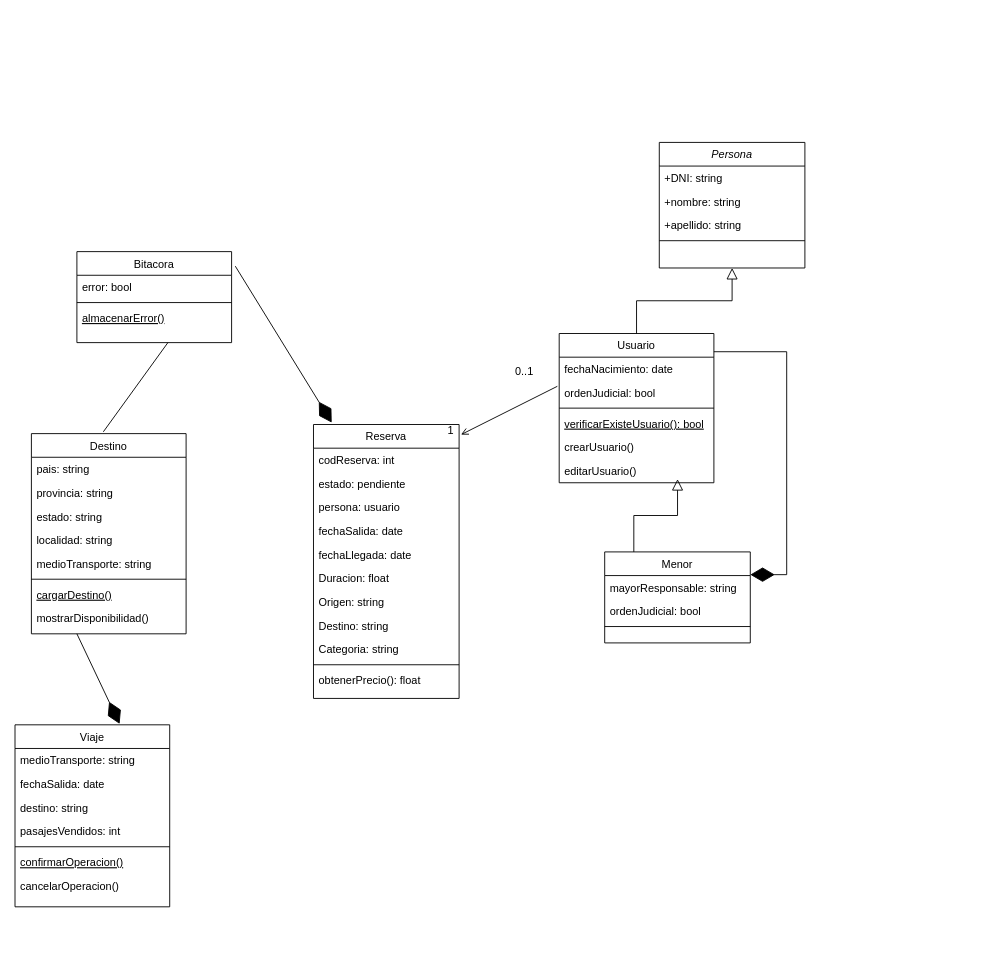
Earlier version of the draw.io diagram diagrama clases examen AyDSII.drawio (phoenix1179/BD). Source tidied: cells renumbered, new cells numbered last; positions are measured from the earlier drawing's top-left corner, leaving out a move shared by most shapes. Both pictures are drawn from the tidied source at 91%, with x=0, y=0 at pixel (15, 142).
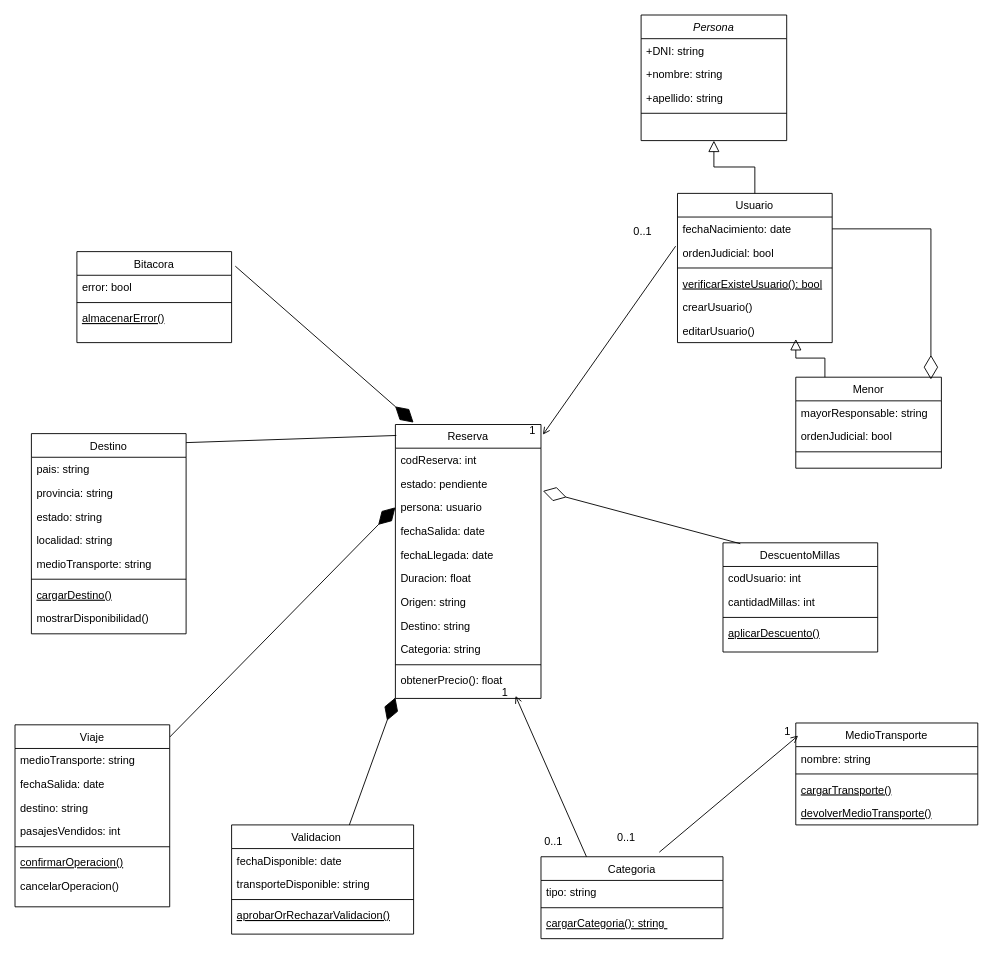
The same page after the edit.

Unchanged cells that the change refers to:
```xml
<mxCell id="8" value="fechaNacimiento: date" style="text;align=left;verticalAlign=top;spacingLeft=4;spacingRight=4;overflow=hidden;points=[[0,0.5],[1,0.5]];portConstraint=eastwest;" parent="7" vertex="1">
  <mxGeometry y="26" width="170" height="26" as="geometry" />
</mxCell>
<mxCell id="21" value="estado: pendiente" style="text;align=left;verticalAlign=top;spacingLeft=4;spacingRight=4;overflow=hidden;points=[[0,0.5],[1,0.5]];portConstraint=eastwest;rounded=0;shadow=0;html=0;" parent="19" vertex="1">
  <mxGeometry y="52" width="160" height="26" as="geometry" />
</mxCell>
<mxCell id="22" value="persona: usuario" style="text;align=left;verticalAlign=top;spacingLeft=4;spacingRight=4;overflow=hidden;points=[[0,0.5],[1,0.5]];portConstraint=eastwest;rounded=0;shadow=0;html=0;" parent="19" vertex="1">
  <mxGeometry y="78" width="160" height="26" as="geometry" />
</mxCell>
<mxCell id="30" value="obtenerPrecio(): float" style="text;align=left;verticalAlign=top;spacingLeft=4;spacingRight=4;overflow=hidden;points=[[0,0.5],[1,0.5]];portConstraint=eastwest;" parent="19" vertex="1">
  <mxGeometry y="268" width="160" height="26" as="geometry" />
</mxCell>
<mxCell id="41" value="Destino" style="swimlane;fontStyle=0;align=center;verticalAlign=top;horizontal=1;startSize=26;rounded=0;shadow=0;strokeWidth=1;" parent="1" vertex="1">
  <mxGeometry x="18" y="320" width="170" height="220" as="geometry" />
</mxCell>
<mxCell id="52" value="Viaje" style="swimlane;fontStyle=0;align=center;verticalAlign=top;horizontal=1;startSize=26;rounded=0;shadow=0;strokeWidth=1;" parent="1" vertex="1">
  <mxGeometry y="640" width="170" height="200" as="geometry" />
</mxCell>
```

Diff of the diagram source:
```diff
@@
     <mxCell id="2" value="Persona" style="swimlane;fontStyle=2;align=center;verticalAlign=top;horizontal=1;startSize=26;rounded=0;shadow=0;strokeWidth=1;" parent="1" vertex="1">
-      <mxGeometry x="708" width="160" height="138" as="geometry" />
+      <mxGeometry x="688" y="-140" width="160" height="138" as="geometry" />
     </mxCell>
@@
     <mxCell id="7" value="Usuario" style="swimlane;fontStyle=0;align=center;verticalAlign=top;horizontal=1;startSize=26;rounded=0;shadow=0;strokeWidth=1;" parent="1" vertex="1">
-      <mxGeometry x="598" y="210" width="170" height="164" as="geometry" />
+      <mxGeometry x="728" y="56" width="170" height="164" as="geometry" />
     </mxCell>
@@
     <mxCell id="15" value="Menor" style="swimlane;fontStyle=0;align=center;verticalAlign=top;horizontal=1;startSize=26;rounded=0;shadow=0;strokeWidth=1;" parent="1" vertex="1">
-      <mxGeometry x="648" y="450" width="160" height="100" as="geometry" />
+      <mxGeometry x="858" y="258" width="160" height="100" as="geometry" />
     </mxCell>
@@
     <mxCell id="19" value="Reserva" style="swimlane;fontStyle=0;align=center;verticalAlign=top;horizontal=1;startSize=26;rounded=0;shadow=0;strokeWidth=1;" parent="1" vertex="1">
-      <mxGeometry x="328" y="310" width="160" height="301" as="geometry" />
+      <mxGeometry x="418" y="310" width="160" height="301" as="geometry" />
     </mxCell>
@@
-    <mxCell id="32" style="endArrow=diamondThin;endFill=1;endSize=24;html=1;rounded=0;entryX=1;entryY=0.25;entryDx=0;entryDy=0;edgeStyle=elbowEdgeStyle;exitX=1;exitY=0.122;exitDx=0;exitDy=0;exitPerimeter=0;" parent="1" edge="1" source="7" target="15">
-      <mxGeometry relative="1" as="geometry">
-        <Array as="points">
-          <mxPoint x="848" y="490" />
-        </Array>
-      </mxGeometry>
-    </mxCell>
@@
-    <mxCell id="50" style="endArrow=none;html=1;rounded=0;exitX=0.465;exitY=-0.009;exitDx=0;exitDy=0;exitPerimeter=0;" parent="1" edge="1" source="41">
-      <mxGeometry relative="1" as="geometry">
-        <mxPoint x="168" y="220" as="targetPoint" />
-      </mxGeometry>
+    <mxCell id="50" style="endArrow=none;html=1;rounded=0;exitX=1;exitY=0.045;exitDx=0;exitDy=0;exitPerimeter=0;entryX=0.006;entryY=0.04;entryDx=0;entryDy=0;entryPerimeter=0;" parent="1" edge="1" source="41" target="19">
+      <mxGeometry relative="1" as="geometry" />
     </mxCell>
-    <mxCell id="51" style="endArrow=diamondThin;endFill=1;endSize=24;html=1;rounded=0;entryX=0.676;entryY=-0.005;entryDx=0;entryDy=0;entryPerimeter=0;" parent="1" edge="1" target="52">
-      <mxGeometry relative="1" as="geometry">
-        <mxPoint x="68" y="540" as="sourcePoint" />
-      </mxGeometry>
+    <mxCell id="51" style="endArrow=diamondThin;endFill=1;endSize=24;html=1;rounded=0;entryX=0;entryY=0.5;entryDx=0;entryDy=0;" parent="1" edge="1" source="52" target="22">
+      <mxGeometry relative="1" as="geometry" />
     </mxCell>
@@
+    <mxCell id="60" style="endArrow=diamondThin;endFill=1;endSize=24;html=1;rounded=0;exitX=0.647;exitY=0;exitDx=0;exitDy=0;exitPerimeter=0;" parent="1" edge="1" source="66">
+      <mxGeometry relative="1" as="geometry">
+        <mxPoint x="418" y="610" as="targetPoint" />
+      </mxGeometry>
+    </mxCell>
+    <mxCell id="61" value="DescuentoMillas" style="swimlane;fontStyle=0;align=center;verticalAlign=top;horizontal=1;startSize=26;rounded=0;shadow=0;strokeWidth=1;" parent="1" vertex="1">
+      <mxGeometry x="778" y="440" width="170" height="120" as="geometry" />
+    </mxCell>
+    <mxCell id="62" value="codUsuario: int" style="text;align=left;verticalAlign=top;spacingLeft=4;spacingRight=4;overflow=hidden;" parent="61" vertex="1">
+      <mxGeometry y="26" width="170" height="26" as="geometry" />
+    </mxCell>
+    <mxCell id="63" value="cantidadMillas: int" style="text;align=left;verticalAlign=top;spacingLeft=4;spacingRight=4;overflow=hidden;rounded=0;shadow=0;html=0;" parent="61" vertex="1">
+      <mxGeometry y="52" width="170" height="26" as="geometry" />
+    </mxCell>
+    <mxCell id="64" style="line;html=1;strokeWidth=1;align=left;verticalAlign=middle;spacingTop=-1;spacingLeft=3;spacingRight=3;labelPosition=right;" parent="61" vertex="1">
+      <mxGeometry y="78" width="170" height="8" as="geometry" />
+    </mxCell>
+    <mxCell id="65" value="aplicarDescuento()" style="text;align=left;verticalAlign=top;spacingLeft=4;spacingRight=4;overflow=hidden;fontStyle=4;" parent="61" vertex="1">
+      <mxGeometry y="86" width="170" height="26" as="geometry" />
+    </mxCell>
+    <mxCell id="66" value="Validacion    " style="swimlane;fontStyle=0;align=center;verticalAlign=top;horizontal=1;startSize=26;rounded=0;shadow=0;strokeWidth=1;" parent="1" vertex="1">
+      <mxGeometry x="238" y="750" width="200" height="120" as="geometry" />
+    </mxCell>
+    <mxCell id="67" value="fechaDisponible: date" style="text;align=left;verticalAlign=top;spacingLeft=4;spacingRight=4;overflow=hidden;" parent="66" vertex="1">
+      <mxGeometry y="26" width="200" height="26" as="geometry" />
+    </mxCell>
+    <mxCell id="68" value="transporteDisponible: string" style="text;align=left;verticalAlign=top;spacingLeft=4;spacingRight=4;overflow=hidden;rounded=0;shadow=0;html=0;" parent="66" vertex="1">
+      <mxGeometry y="52" width="200" height="26" as="geometry" />
+    </mxCell>
+    <mxCell id="69" style="line;html=1;strokeWidth=1;align=left;verticalAlign=middle;spacingTop=-1;spacingLeft=3;spacingRight=3;labelPosition=right;" parent="66" vertex="1">
+      <mxGeometry y="78" width="200" height="8" as="geometry" />
+    </mxCell>
+    <mxCell id="70" value="aprobarOrRechazarValidacion()" style="text;align=left;verticalAlign=top;spacingLeft=4;spacingRight=4;overflow=hidden;fontStyle=4;" parent="66" vertex="1">
+      <mxGeometry y="86" width="200" height="26" as="geometry" />
+    </mxCell>
+    <mxCell id="71" style="endArrow=diamondThin;endFill=0;endSize=24;html=1;rounded=0;entryX=1.013;entryY=0.808;entryDx=0;entryDy=0;entryPerimeter=0;exitX=0.112;exitY=0.008;exitDx=0;exitDy=0;exitPerimeter=0;" parent="1" edge="1" source="61" target="21">
+      <mxGeometry relative="1" as="geometry" />
+    </mxCell>
+    <mxCell id="72" style="endArrow=diamondThin;endFill=0;endSize=24;html=1;rounded=0;entryX=0.928;entryY=0.025;entryDx=0;entryDy=0;entryPerimeter=0;exitX=1;exitY=0.5;exitDx=0;exitDy=0;edgeStyle=orthogonalEdgeStyle;" parent="1" edge="1" source="8" target="15">
+      <mxGeometry relative="1" as="geometry" />
+    </mxCell>
+    <mxCell id="73" value="Categoria" style="swimlane;fontStyle=0;align=center;verticalAlign=top;horizontal=1;startSize=26;rounded=0;shadow=0;strokeWidth=1;" parent="1" vertex="1">
+      <mxGeometry x="578" y="785" width="200" height="90" as="geometry" />
+    </mxCell>
+    <mxCell id="74" value="tipo: string" style="text;align=left;verticalAlign=top;spacingLeft=4;spacingRight=4;overflow=hidden;" parent="73" vertex="1">
+      <mxGeometry y="26" width="200" height="26" as="geometry" />
+    </mxCell>
+    <mxCell id="75" style="line;html=1;strokeWidth=1;align=left;verticalAlign=middle;spacingTop=-1;spacingLeft=3;spacingRight=3;labelPosition=right;" parent="73" vertex="1">
+      <mxGeometry y="52" width="200" height="8" as="geometry" />
+    </mxCell>
+    <mxCell id="76" value="cargarCategoria(): string " style="text;align=left;verticalAlign=top;spacingLeft=4;spacingRight=4;overflow=hidden;fontStyle=4;" parent="73" vertex="1">
+      <mxGeometry y="60" width="200" height="26" as="geometry" />
+    </mxCell>
+    <mxCell id="77" style="endArrow=open;shadow=0;strokeWidth=1;rounded=0;endFill=1;elbow=vertical;exitX=0.25;exitY=0;exitDx=0;exitDy=0;entryX=0.825;entryY=1.161;entryDx=0;entryDy=0;entryPerimeter=0;" parent="1" edge="1" source="73" target="30">
+      <mxGeometry x="0.5" y="41" relative="1" as="geometry">
+        <mxPoint x="-40" y="32" as="offset" />
+      </mxGeometry>
+    </mxCell>
+    <mxCell id="78" value="0..1" style="align=left;verticalAlign=bottom;labelBackgroundColor=none;fontSize=12;" parent="77" vertex="1">
+      <mxGeometry x="-1" relative="1" as="geometry">
+        <mxPoint x="-48" y="-8" as="offset" />
+      </mxGeometry>
+    </mxCell>
+    <mxCell id="79" value="1" style="align=right;verticalAlign=bottom;labelBackgroundColor=none;fontSize=12;" parent="77" vertex="1">
+      <mxGeometry x="1" relative="1" as="geometry">
+        <mxPoint x="-7" y="4" as="offset" />
+      </mxGeometry>
+    </mxCell>
+    <mxCell id="80" value="MedioTransporte" style="swimlane;fontStyle=0;align=center;verticalAlign=top;horizontal=1;startSize=26;rounded=0;shadow=0;strokeWidth=1;" parent="1" vertex="1">
+      <mxGeometry x="858" y="638" width="200" height="112" as="geometry" />
+    </mxCell>
+    <mxCell id="81" value="nombre: string" style="text;align=left;verticalAlign=top;spacingLeft=4;spacingRight=4;overflow=hidden;" parent="80" vertex="1">
+      <mxGeometry y="26" width="200" height="26" as="geometry" />
+    </mxCell>
+    <mxCell id="82" style="line;html=1;strokeWidth=1;align=left;verticalAlign=middle;spacingTop=-1;spacingLeft=3;spacingRight=3;labelPosition=right;" parent="80" vertex="1">
+      <mxGeometry y="52" width="200" height="8" as="geometry" />
+    </mxCell>
+    <mxCell id="83" value="cargarTransporte()" style="text;align=left;verticalAlign=top;spacingLeft=4;spacingRight=4;overflow=hidden;fontStyle=4;" parent="80" vertex="1">
+      <mxGeometry y="60" width="200" height="26" as="geometry" />
+    </mxCell>
+    <mxCell id="84" value="devolverMedioTransporte()" style="text;align=left;verticalAlign=top;spacingLeft=4;spacingRight=4;overflow=hidden;fontStyle=4;" parent="80" vertex="1">
+      <mxGeometry y="86" width="200" height="26" as="geometry" />
+    </mxCell>
+    <mxCell id="85" style="endArrow=open;shadow=0;strokeWidth=1;rounded=0;endFill=1;elbow=vertical;entryX=0.013;entryY=0.124;entryDx=0;entryDy=0;entryPerimeter=0;" parent="1" edge="1" target="80">
+      <mxGeometry x="0.5" y="41" relative="1" as="geometry">
+        <mxPoint x="708" y="780" as="sourcePoint" />
+        <mxPoint x="-40" y="32" as="offset" />
+      </mxGeometry>
+    </mxCell>
+    <mxCell id="86" value="0..1" style="align=left;verticalAlign=bottom;labelBackgroundColor=none;fontSize=12;" parent="85" vertex="1">
+      <mxGeometry x="-1" relative="1" as="geometry">
+        <mxPoint x="-48" y="-8" as="offset" />
+      </mxGeometry>
+    </mxCell>
+    <mxCell id="87" value="1" style="align=right;verticalAlign=bottom;labelBackgroundColor=none;fontSize=12;" parent="85" vertex="1">
+      <mxGeometry x="1" relative="1" as="geometry">
+        <mxPoint x="-7" y="4" as="offset" />
+      </mxGeometry>
+    </mxCell>
```
